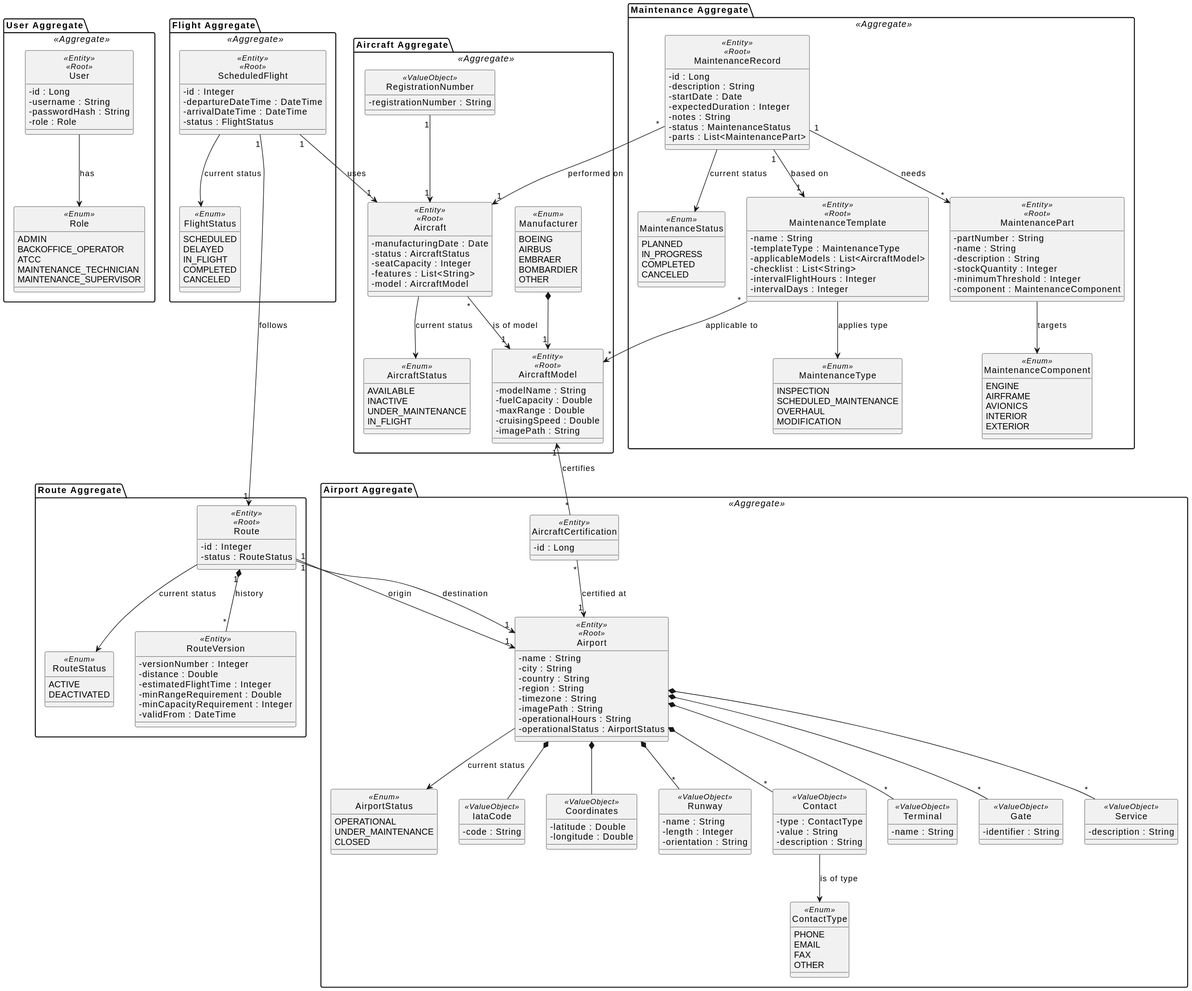
Before: docs/system-documentation/global-artifacts/svg/DM.svg, a diagram exported from PlantUML (VascoMagolo/psoft_1231562_1241692_1242036_2db).
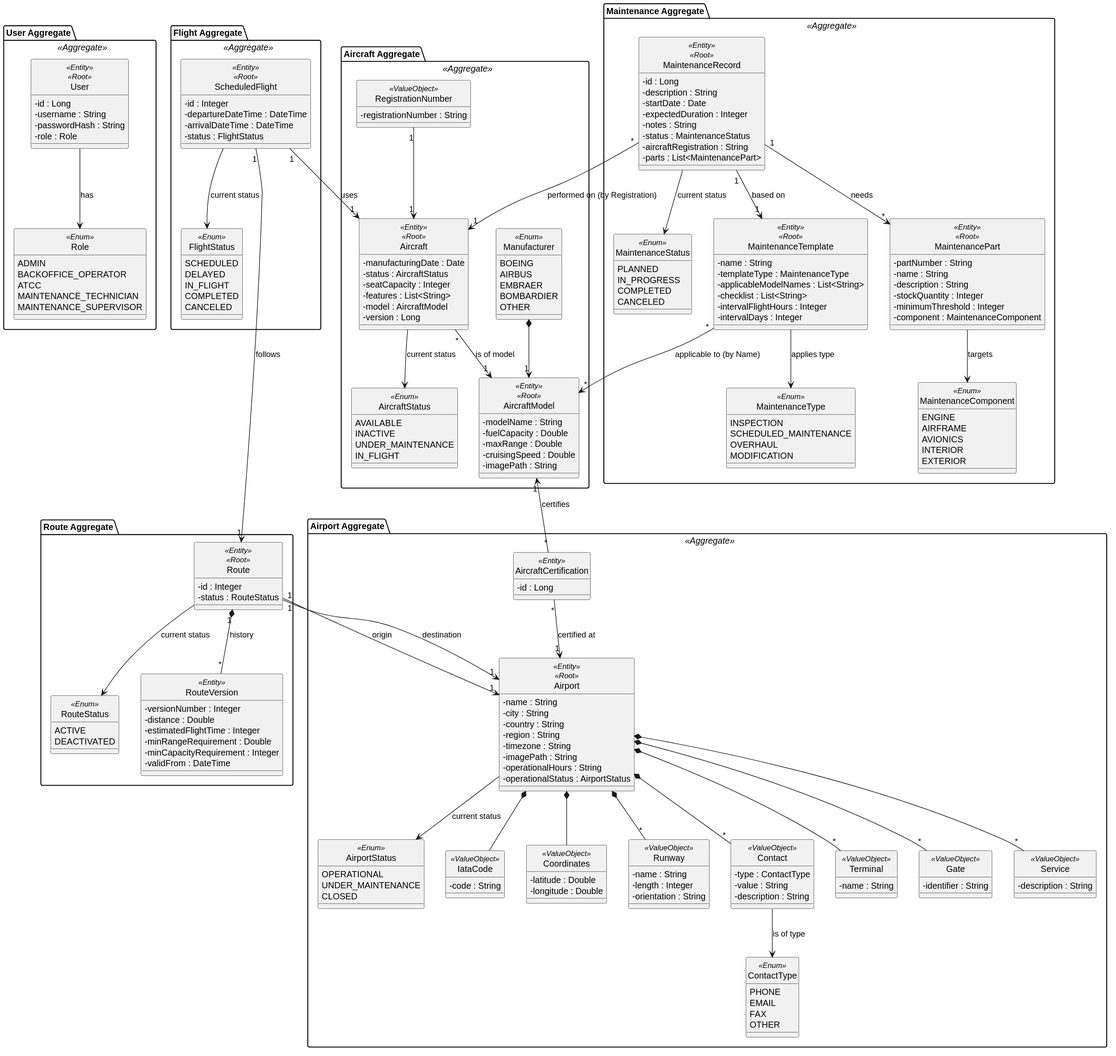
The same diagram one commit later.

The edit, as a diff of the source:
```diff
@@ -44,6 +44,7 @@
     - seatCapacity : Integer
     - features : List<String>
     - model : AircraftModel
+    - version : Long
   }
 
   class AircraftModel <<Entity>> <<Root>> {
@@ -205,7 +206,7 @@
   class MaintenanceTemplate <<Entity>> <<Root>> {
     - name : String
     - templateType : MaintenanceType
-    - applicableModels : List<AircraftModel>
+    - applicableModelNames : List<String>
     - checklist : List<String>
     - intervalFlightHours : Integer
     - intervalDays : Integer
@@ -218,6 +219,7 @@
     - expectedDuration : Integer
     - notes : String
     - status : MaintenanceStatus
+    - aircraftRegistration : String
     - parts : List<MaintenancePart>
   }
 
@@ -246,8 +248,8 @@
 ScheduledFlight "1" --> "1" Route : follows
 ScheduledFlight "1" --> "1" Aircraft : uses
 
-MaintenanceTemplate "*" --> "*" AircraftModel : applicable to
+MaintenanceTemplate "*" --> "*" AircraftModel : applicable to (by Name)
 MaintenanceRecord "1" --> "*" MaintenancePart : needs
 MaintenanceRecord "1" --> "1" MaintenanceTemplate : based on
-MaintenanceRecord "*" --> "1" Aircraft : performed on
+MaintenanceRecord "*" --> "1" Aircraft : performed on (by Registration)
 @enduml
```
